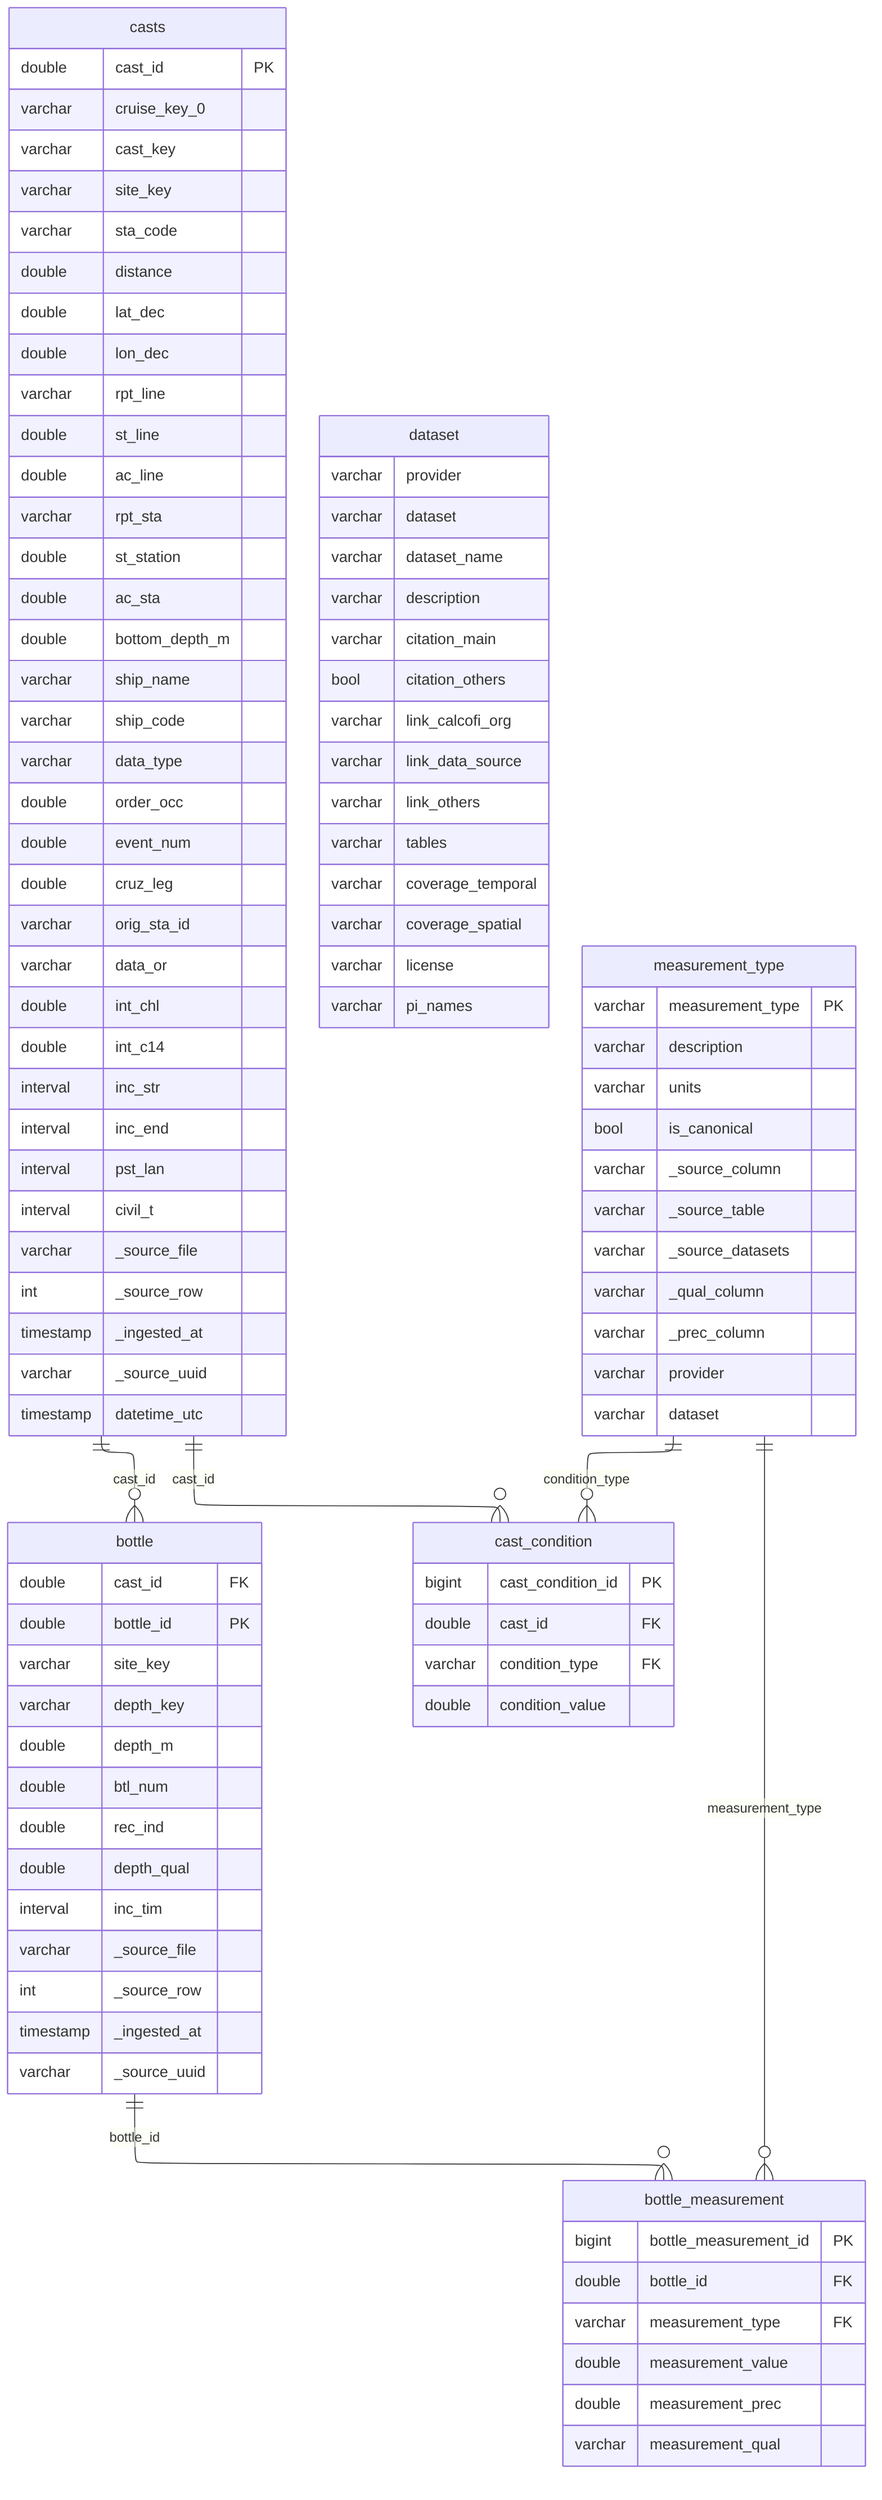
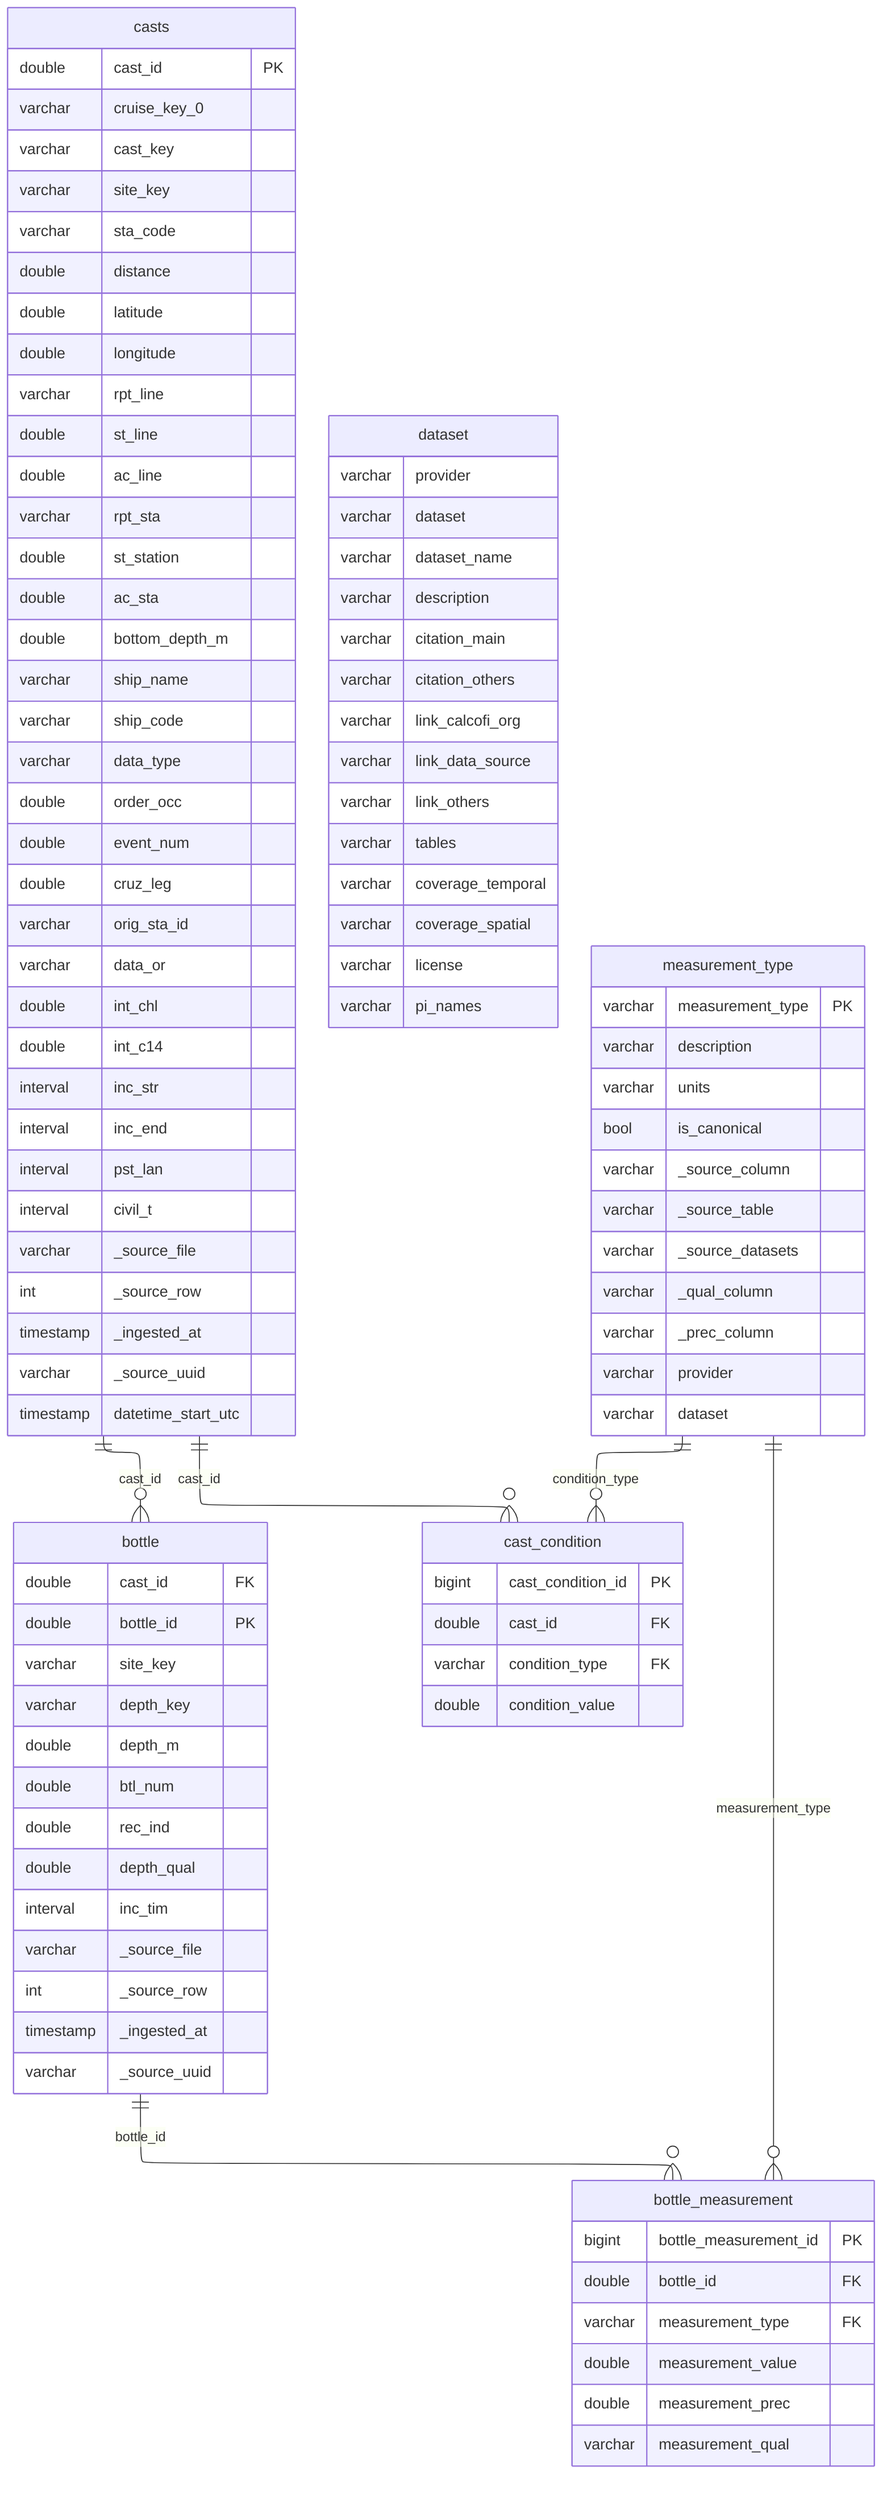
---
config:
  layout: elk
---
erDiagram
    bottle {
        double cast_id FK
        double bottle_id PK
        varchar site_key
        varchar depth_key
        double depth_m
        double btl_num
        double rec_ind
        double depth_qual
        interval inc_tim
        varchar _source_file
        int _source_row
        timestamp _ingested_at
        varchar _source_uuid
    }
    bottle_measurement {
        bigint bottle_measurement_id PK
        double bottle_id FK
        varchar measurement_type FK
        double measurement_value
        double measurement_prec
        varchar measurement_qual
    }
    cast_condition {
        bigint cast_condition_id PK
        double cast_id FK
        varchar condition_type FK
        double condition_value
    }
    casts {
        double cast_id PK
        varchar cruise_key_0
        varchar cast_key
        varchar site_key
        varchar sta_code
        double distance
-         double lat_dec
-         double lon_dec
+         double latitude
+         double longitude
        varchar rpt_line
        double st_line
        double ac_line
        varchar rpt_sta
        double st_station
        double ac_sta
        double bottom_depth_m
        varchar ship_name
        varchar ship_code
        varchar data_type
        double order_occ
        double event_num
        double cruz_leg
        varchar orig_sta_id
        varchar data_or
        double int_chl
        double int_c14
        interval inc_str
        interval inc_end
        interval pst_lan
        interval civil_t
        varchar _source_file
        int _source_row
        timestamp _ingested_at
        varchar _source_uuid
-         timestamp datetime_utc
+         timestamp datetime_start_utc
    }
    dataset {
        varchar provider
        varchar dataset
        varchar dataset_name
        varchar description
        varchar citation_main
-         bool citation_others
+         varchar citation_others
        varchar link_calcofi_org
        varchar link_data_source
        varchar link_others
        varchar tables
        varchar coverage_temporal
        varchar coverage_spatial
        varchar license
        varchar pi_names
    }
    measurement_type {
        varchar measurement_type PK
        varchar description
        varchar units
        bool is_canonical
        varchar _source_column
        varchar _source_table
        varchar _source_datasets
        varchar _qual_column
        varchar _prec_column
        varchar provider
        varchar dataset
    }
    casts ||--o{ bottle : "cast_id"
    bottle ||--o{ bottle_measurement : "bottle_id"
    measurement_type ||--o{ bottle_measurement : "measurement_type"
    casts ||--o{ cast_condition : "cast_id"
    measurement_type ||--o{ cast_condition : "condition_type"
